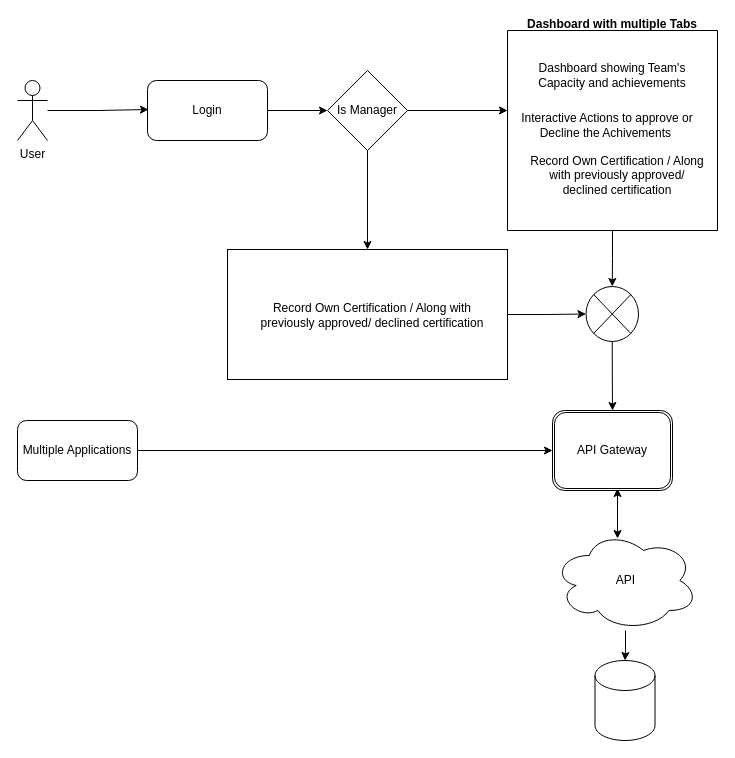
adhyasunil/KMP keeps this draw.io diagram as Documents/KMP_01.drawio. Above is the earlier version. Source tidied: cells renumbered, new cells numbered last; positions are measured from the earlier drawing's top-left corner, leaving out a move shared by most shapes. Both pictures are drawn from the tidied source at 100%, with x=0, y=0 at pixel (17, 30).
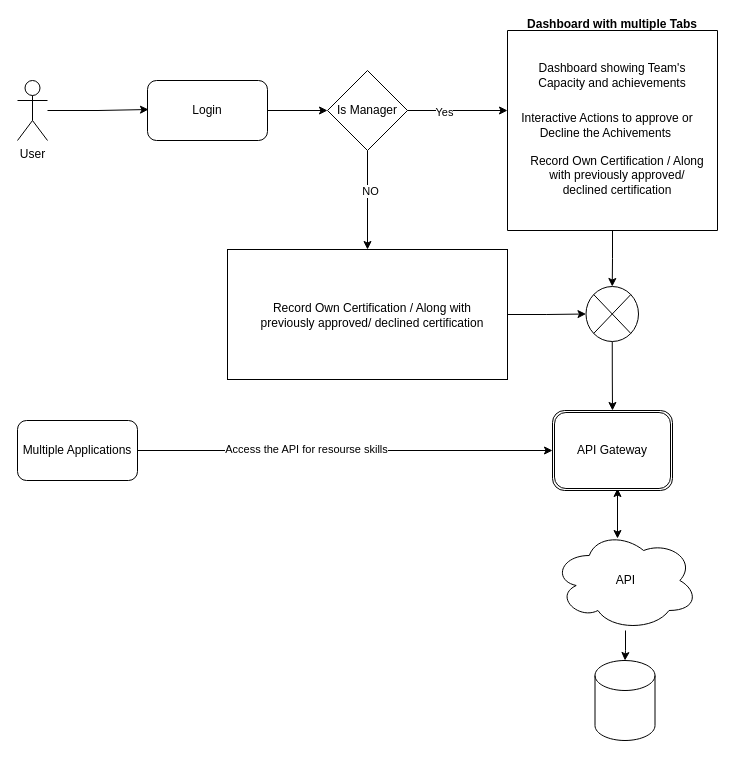
Above is the later version.

The change refers to these unchanged cells:
```xml
<mxCell id="6" style="edgeStyle=orthogonalEdgeStyle;rounded=0;jettySize=auto;html=1;entryX=0.5;entryY=0;entryDx=0;entryDy=0;" parent="1" edge="1" source="7" target="15">
  <mxGeometry relative="1" as="geometry" />
</mxCell>
<mxCell id="13" style="edgeStyle=orthogonalEdgeStyle;rounded=0;jettySize=auto;html=1;entryX=0;entryY=0.4;entryDx=0;entryDy=0;entryPerimeter=0;" parent="1" edge="1" source="7" target="9">
  <mxGeometry relative="1" as="geometry" />
</mxCell>
<mxCell id="24" style="edgeStyle=orthogonalEdgeStyle;rounded=0;jettySize=auto;html=1;entryX=0;entryY=0.5;entryDx=0;entryDy=0;" parent="1" edge="1" source="25" target="22">
  <mxGeometry relative="1" as="geometry" />
</mxCell>
```

The edit, as a diff of the source:
```diff
@@
+    <mxCell id="27" value="NO" style="edgeLabel;html=1;align=center;verticalAlign=middle;" parent="6" vertex="1">
+      <mxGeometry x="-0.19" y="2" relative="1" as="geometry" />
+    </mxCell>
@@
+    <mxCell id="28" value="Yes" style="edgeLabel;html=1;align=center;verticalAlign=middle;" parent="13" vertex="1">
+      <mxGeometry x="-0.28" y="-1" relative="1" as="geometry" />
+    </mxCell>
@@
+    <mxCell id="29" value="Access the API for resourse skills" style="edgeLabel;html=1;align=center;verticalAlign=middle;" parent="24" vertex="1">
+      <mxGeometry x="-0.19" y="3" relative="1" as="geometry">
+        <mxPoint y="1" as="offset" />
+      </mxGeometry>
+    </mxCell>
```
